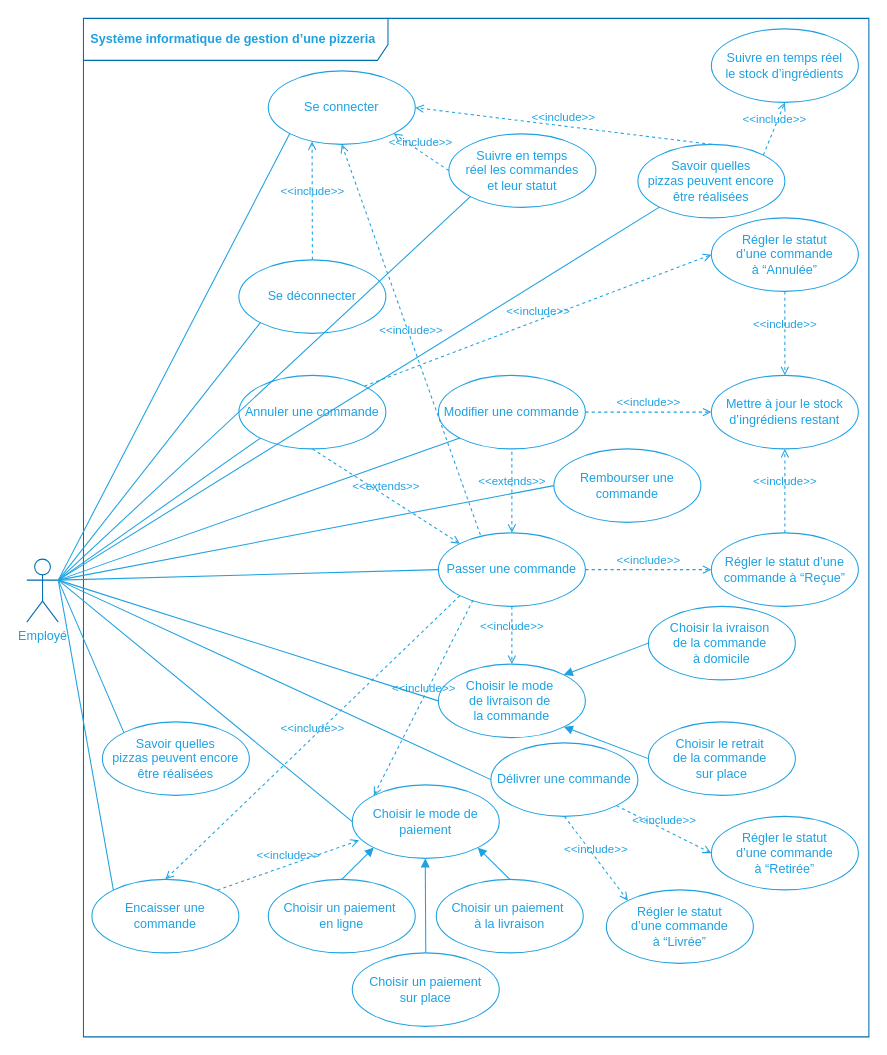
Before: img/figure_use-case-diagram-employee.dio in centvingt/OCPizzaRedaction, a draw.io diagram. Source tidied: cells renumbered, new cells numbered last; positions are measured from the earlier drawing's top-left corner, leaving out a move shared by most shapes. Both pictures are drawn from the tidied source at 105%, with x=0, y=0 at pixel (26, 18).
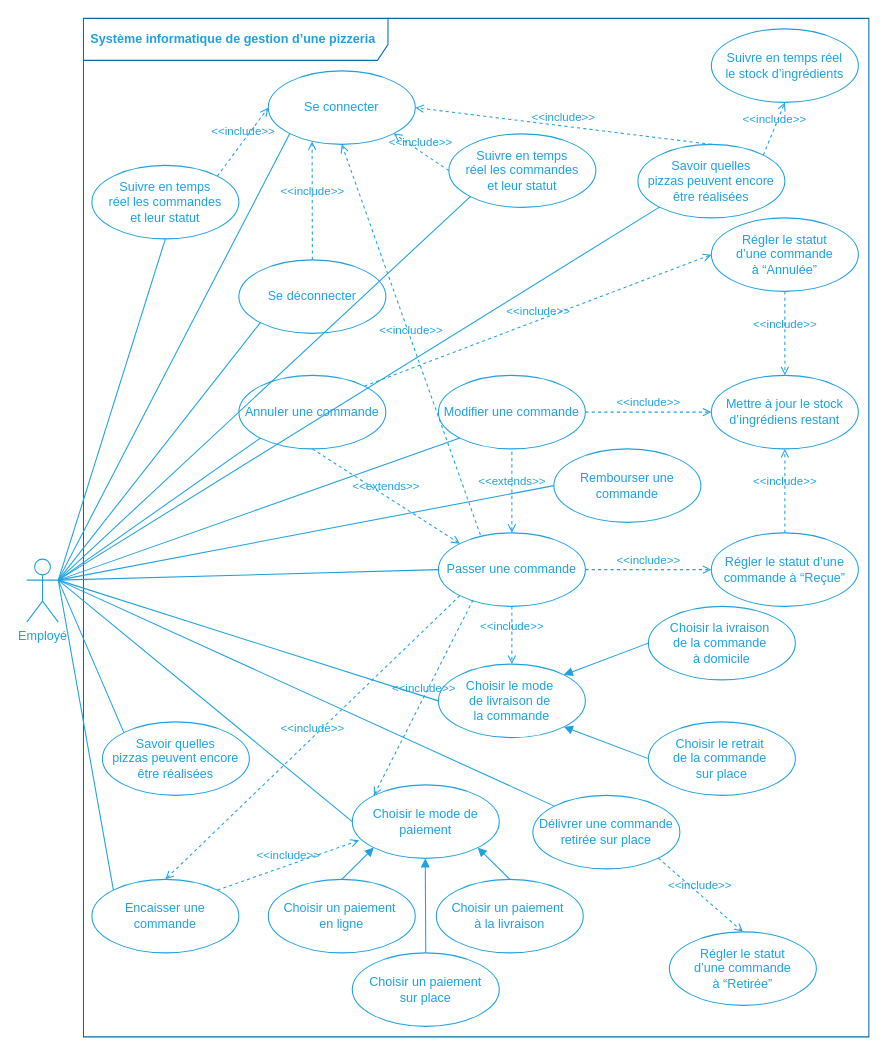
After the change.

The change refers to these unchanged cells:
```xml
<mxCell id="22" value="&lt;font color=&quot;#1da1e1&quot;&gt;Se connecter&lt;/font&gt;" style="ellipse;whiteSpace=wrap;html=1;fillColor=none;strokeColor=#1DA1E1;" parent="1" vertex="1">
  <mxGeometry x="230" y="50" width="140" height="70" as="geometry" />
</mxCell>
```

Change to the diagram source:
```diff
@@
-    <mxCell id="2" value="&lt;font color=&quot;#1da1e1&quot;&gt;Employé&lt;/font&gt;" style="shape=umlActor;verticalLabelPosition=bottom;verticalAlign=top;html=1;strokeColor=#006EAF;fontColor=#ffffff;fillColor=none;" parent="1" vertex="1">
+    <mxCell id="2" value="&lt;font color=&quot;#1da1e1&quot;&gt;Employé&lt;/font&gt;" style="shape=umlActor;verticalLabelPosition=bottom;verticalAlign=top;html=1;fontColor=#ffffff;fillColor=none;strokeColor=#1DA1E1;" parent="1" vertex="1">
       <mxGeometry y="515" width="30" height="60" as="geometry" />
     </mxCell>
@@
-    <mxCell id="59" style="edgeStyle=none;rounded=0;jettySize=auto;html=1;exitX=0;exitY=0.5;exitDx=0;exitDy=0;entryX=1;entryY=0.3333333333333333;entryDx=0;entryDy=0;entryPerimeter=0;strokeColor=#1DA1E1;endFill=0;endArrow=none;" parent="1" edge="1" source="60" target="2">
+    <mxCell id="59" style="edgeStyle=none;rounded=0;jettySize=auto;html=1;exitX=0;exitY=0;exitDx=0;exitDy=0;entryX=1;entryY=0.3333333333333333;entryDx=0;entryDy=0;entryPerimeter=0;strokeColor=#1DA1E1;endFill=0;endArrow=none;" parent="1" edge="1" source="60" target="2">
       <mxGeometry relative="1" as="geometry" />
     </mxCell>
-    <mxCell id="60" value="&lt;font color=&quot;#1da1e1&quot;&gt;Délivrer une commande&lt;/font&gt;" style="ellipse;whiteSpace=wrap;html=1;fillColor=none;strokeColor=#1DA1E1;" parent="1" vertex="1">
-      <mxGeometry x="442" y="690" width="140" height="70" as="geometry" />
+    <mxCell id="60" value="&lt;font color=&quot;#1da1e1&quot;&gt;Délivrer une commande&lt;br&gt;retirée sur place&lt;br&gt;&lt;/font&gt;" style="ellipse;whiteSpace=wrap;html=1;fillColor=none;strokeColor=#1DA1E1;" parent="1" vertex="1">
+      <mxGeometry x="482" y="740" width="140" height="70" as="geometry" />
     </mxCell>
-    <mxCell id="61" value="&lt;font color=&quot;#1da1e1&quot;&gt;Régler le statut &lt;br&gt;d’une commande &lt;br&gt;à “Livrée”&lt;/font&gt;" style="ellipse;whiteSpace=wrap;html=1;fillColor=none;strokeColor=#1DA1E1;" parent="1" vertex="1">
-      <mxGeometry x="552" y="830" width="140" height="70" as="geometry" />
-    </mxCell>
     <mxCell id="62" value="&lt;font color=&quot;#1da1e1&quot;&gt;Régler le statut &lt;br&gt;d’une commande &lt;br&gt;à “Retirée”&lt;/font&gt;" style="ellipse;whiteSpace=wrap;html=1;fillColor=none;strokeColor=#1DA1E1;" parent="1" vertex="1">
-      <mxGeometry x="652" y="760" width="140" height="70" as="geometry" />
+      <mxGeometry x="612" y="870" width="140" height="70" as="geometry" />
     </mxCell>
-    <mxCell id="63" value="&lt;font color=&quot;#1da1e1&quot;&gt;&amp;lt;&amp;lt;include&amp;gt;&amp;gt;&lt;/font&gt;" style="html=1;verticalAlign=bottom;labelBackgroundColor=none;endArrow=open;endFill=0;dashed=1;strokeColor=#1DA1E1;exitX=1;exitY=1;exitDx=0;exitDy=0;entryX=0;entryY=0.5;entryDx=0;entryDy=0;" parent="1" edge="1" source="60" target="62">
+    <mxCell id="63" value="&lt;font color=&quot;#1da1e1&quot;&gt;&amp;lt;&amp;lt;include&amp;gt;&amp;gt;&lt;/font&gt;" style="html=1;verticalAlign=bottom;labelBackgroundColor=none;endArrow=open;endFill=0;dashed=1;strokeColor=#1DA1E1;exitX=1;exitY=1;exitDx=0;exitDy=0;entryX=0.5;entryY=0;entryDx=0;entryDy=0;" parent="1" edge="1" source="60" target="62">
       <mxGeometry relative="1" as="geometry" />
     </mxCell>
-    <mxCell id="64" value="&lt;font color=&quot;#1da1e1&quot;&gt;&amp;lt;&amp;lt;include&amp;gt;&amp;gt;&lt;/font&gt;" style="html=1;verticalAlign=bottom;labelBackgroundColor=none;endArrow=open;endFill=0;dashed=1;strokeColor=#1DA1E1;exitX=0.5;exitY=1;exitDx=0;exitDy=0;entryX=0;entryY=0;entryDx=0;entryDy=0;" parent="1" edge="1" source="60" target="61">
-      <mxGeometry relative="1" as="geometry" />
-    </mxCell>
@@
+    <mxCell id="67" style="rounded=0;jettySize=auto;html=1;exitX=0.5;exitY=1;exitDx=0;exitDy=0;entryX=1;entryY=0.3333333333333333;entryDx=0;entryDy=0;entryPerimeter=0;strokeColor=#1DA1E1;endArrow=none;endFill=0;" parent="1" edge="1" source="68" target="2">
+      <mxGeometry relative="1" as="geometry" />
+    </mxCell>
+    <mxCell id="68" value="&lt;font color=&quot;#1da1e1&quot;&gt;Suivre en temps &lt;br&gt;réel les commandes &lt;br&gt;et leur statut&lt;/font&gt;" style="ellipse;whiteSpace=wrap;html=1;fillColor=none;strokeColor=#1DA1E1;" parent="1" vertex="1">
+      <mxGeometry x="62" y="140" width="140" height="70" as="geometry" />
+    </mxCell>
+    <mxCell id="64" value="&lt;font color=&quot;#1da1e1&quot;&gt;&amp;lt;&amp;lt;include&amp;gt;&amp;gt;&lt;/font&gt;" style="html=1;verticalAlign=bottom;labelBackgroundColor=none;endArrow=open;endFill=0;dashed=1;strokeColor=#1DA1E1;entryX=0;entryY=0.5;entryDx=0;entryDy=0;exitX=1;exitY=0;exitDx=0;exitDy=0;" parent="1" edge="1" source="68" target="22">
+      <mxGeometry relative="1" as="geometry" />
+    </mxCell>
```
